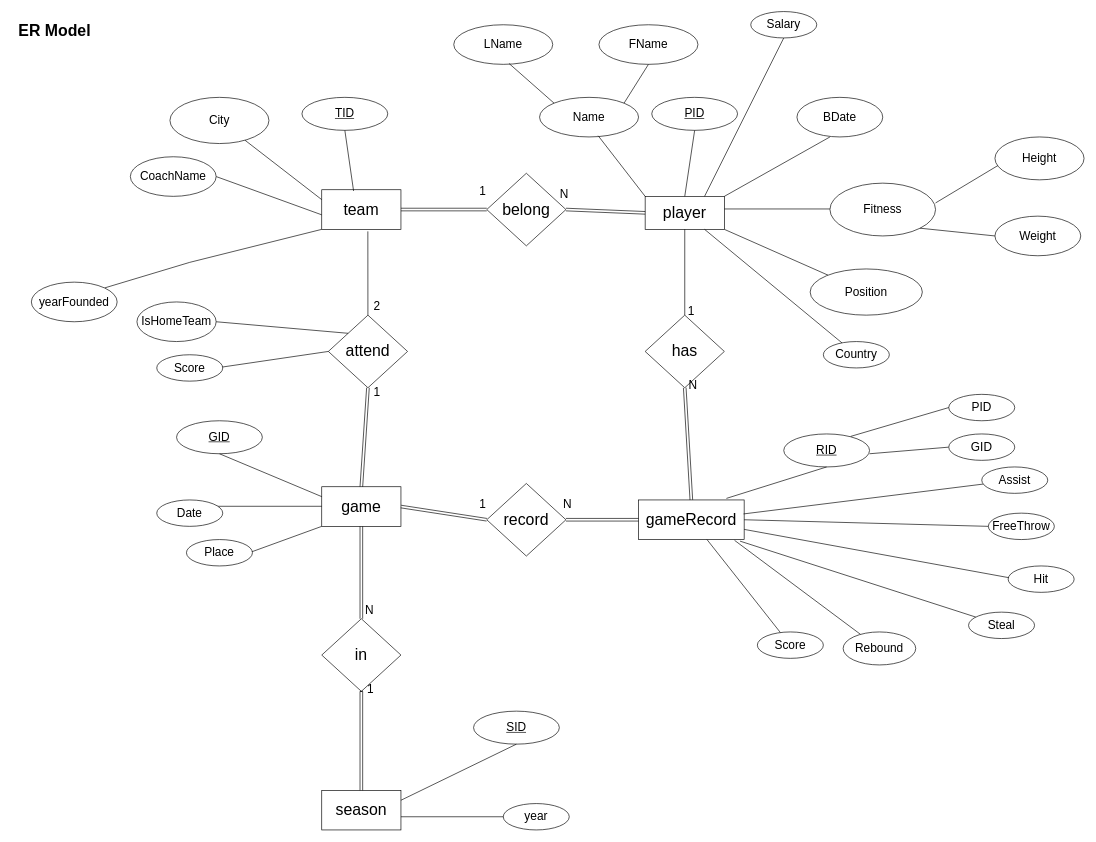
The draw.io diagram diagrams/Entity-relationship model.drawio in Basketball-Competition-Dashboard/doc, before the edit. Source tidied: cells renumbered, new cells numbered last; positions are measured from the earlier drawing's top-left corner, leaving out a move shared by most shapes. Both pictures are drawn from the tidied source at 66%, with x=0, y=0 at pixel (11, 11).
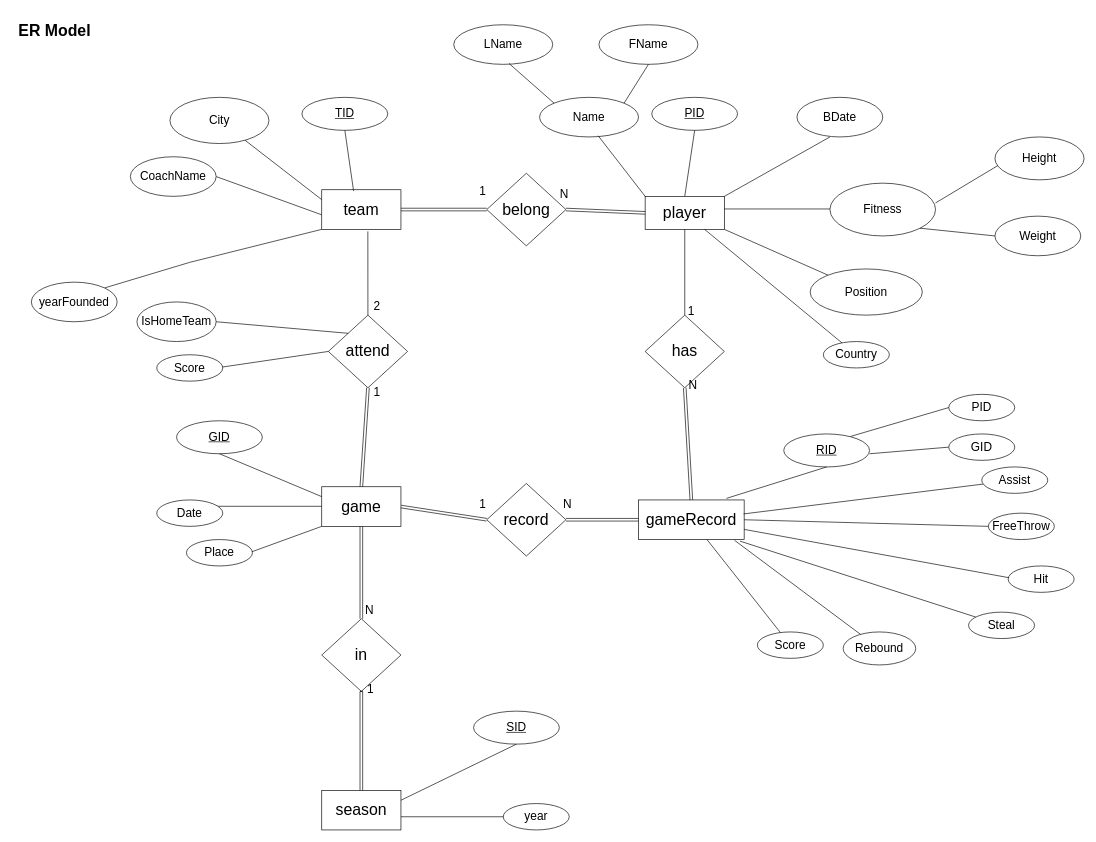
The same diagram, later.

Commit message (it also covers changes not shown here):
(remove): Salary column in Player table

Unchanged cells that the change refers to:
```xml
<mxCell id="7" value="&lt;font style=&quot;font-size: 24px;&quot;&gt;player&lt;/font&gt;" style="rounded=0;whiteSpace=wrap;html=1;" parent="1" vertex="1">
  <mxGeometry x="960" y="280" width="120" height="50" as="geometry" />
</mxCell>
```

What changed in the source:
```diff
@@
-    <mxCell id="88" style="endArrow=none;html=1;rounded=0;entryX=0.75;entryY=0;entryDx=0;entryDy=0;exitX=0.5;exitY=1;exitDx=0;exitDy=0;fontSize=18;" parent="1" edge="1" source="89" target="7">
-      <mxGeometry relative="1" as="geometry" />
-    </mxCell>
-    <mxCell id="89" value="Salary" style="ellipse;whiteSpace=wrap;html=1;align=center;fontSize=18;" parent="1" vertex="1">
-      <mxGeometry x="1120" width="100" height="40" as="geometry" />
-    </mxCell>
```
